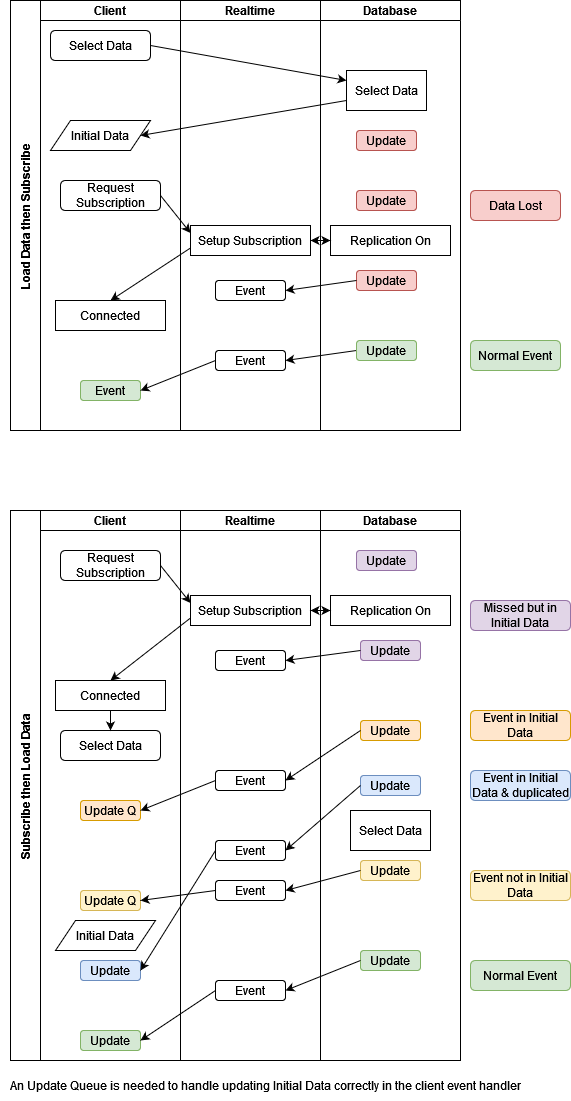
The draw.io diagram RealtimeFlow.drawio.png in GaryAustin1/Realtime2, before a commit. Source tidied: cells renumbered, new cells last; positions are measured from the earlier drawing's top-left corner, leaving out a move shared by most shapes.
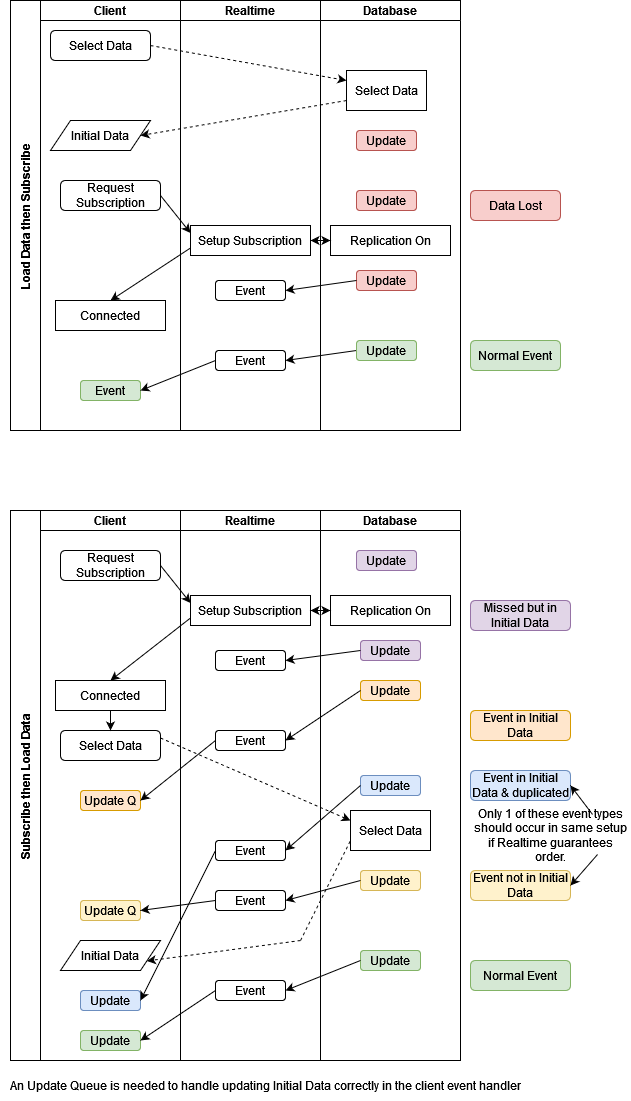
Above is the later version.

Diff of the diagram source:
```diff
@@ -36,7 +36,7 @@
       <mxGeometry x="20" y="220" width="100" height="30" as="geometry" />
     </mxCell>
     <mxCell id="13" value="Initial Data" style="shape=parallelogram;perimeter=parallelogramPerimeter;whiteSpace=wrap;html=1;fixedSize=1;" parent="11" vertex="1">
-      <mxGeometry x="15" y="410" width="100" height="30" as="geometry" />
+      <mxGeometry x="20" y="430" width="100" height="30" as="geometry" />
     </mxCell>
     <mxCell id="14" value="Request Subscription" style="rounded=1;whiteSpace=wrap;html=1;" parent="11" vertex="1">
       <mxGeometry x="20" y="40" width="100" height="30" as="geometry" />
@@ -48,16 +48,16 @@
       <mxGeometry x="40" y="520" width="60" height="20" as="geometry" />
     </mxCell>
     <mxCell id="17" value="Update Q" style="rounded=1;whiteSpace=wrap;html=1;fillColor=#ffe6cc;strokeColor=#d79b00;" parent="11" vertex="1">
-      <mxGeometry x="40" y="290" width="60" height="20" as="geometry" />
+      <mxGeometry x="40" y="280" width="60" height="20" as="geometry" />
     </mxCell>
     <mxCell id="18" value="Update Q" style="rounded=1;whiteSpace=wrap;html=1;fillColor=#fff2cc;strokeColor=#d6b656;" parent="11" vertex="1">
-      <mxGeometry x="40" y="380" width="60" height="20" as="geometry" />
+      <mxGeometry x="40" y="390" width="60" height="20" as="geometry" />
     </mxCell>
     <mxCell id="19" style="endArrow=classic;html=1;rounded=0;entryX=0.5;entryY=0;entryDx=0;entryDy=0;exitX=0.5;exitY=1;exitDx=0;exitDy=0;" parent="11" edge="1" source="15" target="12">
       <mxGeometry relative="1" as="geometry" />
     </mxCell>
     <mxCell id="20" value="Update" style="rounded=1;whiteSpace=wrap;html=1;fillColor=#dae8fc;strokeColor=#6c8ebf;" parent="11" vertex="1">
-      <mxGeometry x="40" y="450" width="60" height="20" as="geometry" />
+      <mxGeometry x="40" y="480" width="60" height="20" as="geometry" />
     </mxCell>
     <mxCell id="21" style="endArrow=classic;html=1;rounded=0;entryX=1;entryY=0.5;entryDx=0;entryDy=0;exitX=0;exitY=0.5;exitDx=0;exitDy=0;" parent="1" edge="1" source="27" target="18">
       <mxGeometry relative="1" as="geometry" />
@@ -72,13 +72,13 @@
       <mxGeometry x="35" y="140" width="70" height="20" as="geometry" />
     </mxCell>
     <mxCell id="25" value="Event" style="rounded=1;whiteSpace=wrap;html=1;" parent="22" vertex="1">
-      <mxGeometry x="35" y="260" width="70" height="20" as="geometry" />
+      <mxGeometry x="35" y="220" width="70" height="20" as="geometry" />
     </mxCell>
     <mxCell id="26" value="Event" style="rounded=1;whiteSpace=wrap;html=1;" parent="22" vertex="1">
       <mxGeometry x="35" y="470" width="70" height="20" as="geometry" />
     </mxCell>
     <mxCell id="27" value="Event" style="rounded=1;whiteSpace=wrap;html=1;" parent="22" vertex="1">
-      <mxGeometry x="35" y="370" width="70" height="20" as="geometry" />
+      <mxGeometry x="35" y="380" width="70" height="20" as="geometry" />
     </mxCell>
     <mxCell id="28" value="Event" style="rounded=1;whiteSpace=wrap;html=1;" parent="22" vertex="1">
       <mxGeometry x="35" y="330" width="70" height="20" as="geometry" />
@@ -111,10 +111,10 @@
       <mxGeometry x="36" y="40" width="60" height="20" as="geometry" />
     </mxCell>
     <mxCell id="38" value="Update" style="rounded=1;whiteSpace=wrap;html=1;fillColor=#ffe6cc;strokeColor=#d79b00;" parent="32" vertex="1">
-      <mxGeometry x="40" y="210" width="60" height="20" as="geometry" />
+      <mxGeometry x="40" y="170" width="60" height="20" as="geometry" />
     </mxCell>
     <mxCell id="39" value="Update" style="rounded=1;whiteSpace=wrap;html=1;fillColor=#fff2cc;strokeColor=#d6b656;" parent="32" vertex="1">
-      <mxGeometry x="40" y="350" width="60" height="20" as="geometry" />
+      <mxGeometry x="40" y="360" width="60" height="20" as="geometry" />
     </mxCell>
     <mxCell id="40" value="Update" style="rounded=1;whiteSpace=wrap;html=1;fillColor=#dae8fc;strokeColor=#6c8ebf;" parent="32" vertex="1">
       <mxGeometry x="40" y="265" width="60" height="20" as="geometry" />
@@ -149,10 +149,10 @@
     <mxCell id="50" value="&lt;div&gt;Normal Event&lt;/div&gt;" style="rounded=1;whiteSpace=wrap;html=1;fillColor=#d5e8d4;strokeColor=#82b366;" parent="1" vertex="1">
       <mxGeometry x="470" y="960" width="100" height="30" as="geometry" />
     </mxCell>
-    <mxCell id="51" style="endArrow=classic;html=1;rounded=0;exitX=1;exitY=0.5;exitDx=0;exitDy=0;entryX=0;entryY=0.25;entryDx=0;entryDy=0;" parent="1" edge="1" source="4" target="55">
+    <mxCell id="51" style="endArrow=classic;html=1;rounded=0;exitX=1;exitY=0.5;exitDx=0;exitDy=0;entryX=0;entryY=0.25;entryDx=0;entryDy=0;dashed=1;" parent="1" edge="1" source="4" target="55">
       <mxGeometry relative="1" as="geometry" />
     </mxCell>
-    <mxCell id="52" style="endArrow=classic;html=1;rounded=0;entryX=1;entryY=0.5;entryDx=0;entryDy=0;exitX=0;exitY=0.75;exitDx=0;exitDy=0;" parent="1" edge="1" source="55" target="5">
+    <mxCell id="52" style="endArrow=classic;html=1;rounded=0;entryX=1;entryY=0.5;entryDx=0;entryDy=0;exitX=0;exitY=0.75;exitDx=0;exitDy=0;dashed=1;" parent="1" edge="1" source="55" target="5">
       <mxGeometry relative="1" as="geometry" />
     </mxCell>
     <mxCell id="53" style="endArrow=classic;html=1;rounded=0;exitX=0;exitY=0.75;exitDx=0;exitDy=0;entryX=0.5;entryY=0;entryDx=0;entryDy=0;" parent="1" edge="1" source="64" target="7">
@@ -224,5 +224,27 @@
     <mxCell id="75" value="Event not in Initial Data" style="rounded=1;whiteSpace=wrap;html=1;fillColor=#fff2cc;strokeColor=#d6b656;" parent="1" vertex="1">
       <mxGeometry x="470" y="870" width="100" height="30" as="geometry" />
     </mxCell>
+    <mxCell id="76" style="endArrow=classic;html=1;rounded=0;exitX=1;exitY=0.25;exitDx=0;exitDy=0;entryX=0;entryY=0.25;entryDx=0;entryDy=0;dashed=1;" parent="1" edge="1" source="12" target="33">
+      <mxGeometry relative="1" as="geometry" />
+    </mxCell>
+    <mxCell id="77" style="endArrow=none;html=1;rounded=0;entryX=0;entryY=0.75;entryDx=0;entryDy=0;dashed=1;" parent="1" edge="1" target="33">
+      <mxGeometry relative="1" as="geometry">
+        <mxPoint x="300" y="940" as="sourcePoint" />
+      </mxGeometry>
+    </mxCell>
+    <mxCell id="78" style="endArrow=classic;html=1;rounded=0;entryX=1;entryY=0.75;entryDx=0;entryDy=0;dashed=1;" parent="1" edge="1" target="13">
+      <mxGeometry relative="1" as="geometry">
+        <mxPoint x="300" y="940" as="sourcePoint" />
+      </mxGeometry>
+    </mxCell>
+    <mxCell id="79" value="Only 1 of these event types should occur in same setup if Realtime guarantees order." style="text;strokeColor=none;align=center;fillColor=none;html=1;verticalAlign=middle;whiteSpace=wrap;rounded=0;" parent="1" vertex="1">
+      <mxGeometry x="470" y="820" width="160" height="30" as="geometry" />
+    </mxCell>
+    <mxCell id="80" style="endArrow=classic;html=1;rounded=0;exitX=0.763;exitY=-0.2;exitDx=0;exitDy=0;entryX=1;entryY=0.5;entryDx=0;entryDy=0;exitPerimeter=0;" parent="1" edge="1" source="79" target="49">
+      <mxGeometry relative="1" as="geometry" />
+    </mxCell>
+    <mxCell id="81" style="endArrow=classic;html=1;rounded=0;exitX=0.794;exitY=1.133;exitDx=0;exitDy=0;exitPerimeter=0;entryX=1;entryY=0.5;entryDx=0;entryDy=0;" parent="1" edge="1" source="79" target="75">
+      <mxGeometry relative="1" as="geometry" />
+    </mxCell>
   </root>
 </mxGraphModel>
```
